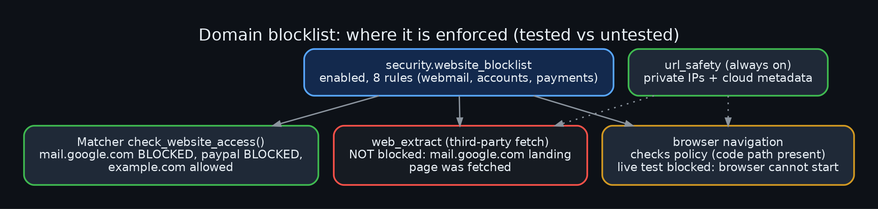
danindiana/hermes-web-search-ddgs keeps this Graphviz diagram as diagrams/28_blocklist_coverage.png. Above is the earlier version. Its source is kept beside it as diagrams/28_blocklist_coverage.dot. Its diagram source:
```dot
digraph g {
graph [bgcolor="#0d1117", rankdir=LR, fontname="Helvetica", fontcolor="#e6edf3", labelloc="t", fontsize=20, pad=0.4];
node  [fontname="Helvetica", fontcolor="#e6edf3", color="#30363d", style="filled,rounded", shape=box, penwidth=2, margin="0.25,0.18", fillcolor="#161b22"];
edge  [color="#8b949e", fontname="Helvetica", fontcolor="#adbac7", penwidth=1.6, arrowsize=0.9];
label="Domain blocklist: where it is enforced (tested vs untested)";
rankdir=TB;
cfg [label="security.website_blocklist\nenabled, 8 rules (webmail, accounts, payments)", color="#58a6ff", fillcolor="#13294d"];
m [label="Matcher check_website_access()\nmail.google.com BLOCKED, paypal BLOCKED,\nexample.com allowed", color="#3fb950", fillcolor="#1f2937"];
bn [label="browser navigation\nchecks policy (code path present)\nlive test blocked: browser cannot start", color="#d29922", fillcolor="#1f2937"];
we [label="web_extract (third-party fetch)\nNOT blocked: mail.google.com landing\npage was fetched", color="#f85149"];
us [label="url_safety (always on)\nprivate IPs + cloud metadata", color="#3fb950", fillcolor="#1f2937"];
cfg->m; cfg->bn; cfg->we; us->bn [style=dotted]; us->we [style=dotted];
}
```
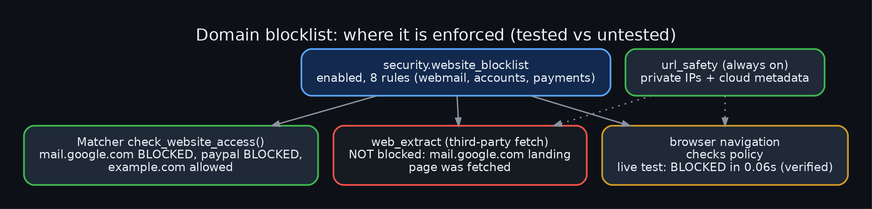
The same file after the commit.

Change to the diagram source:
```diff
@@ -6,7 +6,7 @@
 rankdir=TB;
 cfg [label="security.website_blocklist\nenabled, 8 rules (webmail, accounts, payments)", color="#58a6ff", fillcolor="#13294d"];
 m [label="Matcher check_website_access()\nmail.google.com BLOCKED, paypal BLOCKED,\nexample.com allowed", color="#3fb950", fillcolor="#1f2937"];
-bn [label="browser navigation\nchecks policy (code path present)\nlive test blocked: browser cannot start", color="#d29922", fillcolor="#1f2937"];
+bn [label="browser navigation\nchecks policy\nlive test: BLOCKED in 0.06s (verified)", color="#d29922", fillcolor="#1f2937"];
 we [label="web_extract (third-party fetch)\nNOT blocked: mail.google.com landing\npage was fetched", color="#f85149"];
 us [label="url_safety (always on)\nprivate IPs + cloud metadata", color="#3fb950", fillcolor="#1f2937"];
 cfg->m; cfg->bn; cfg->we; us->bn [style=dotted]; us->we [style=dotted];
```
